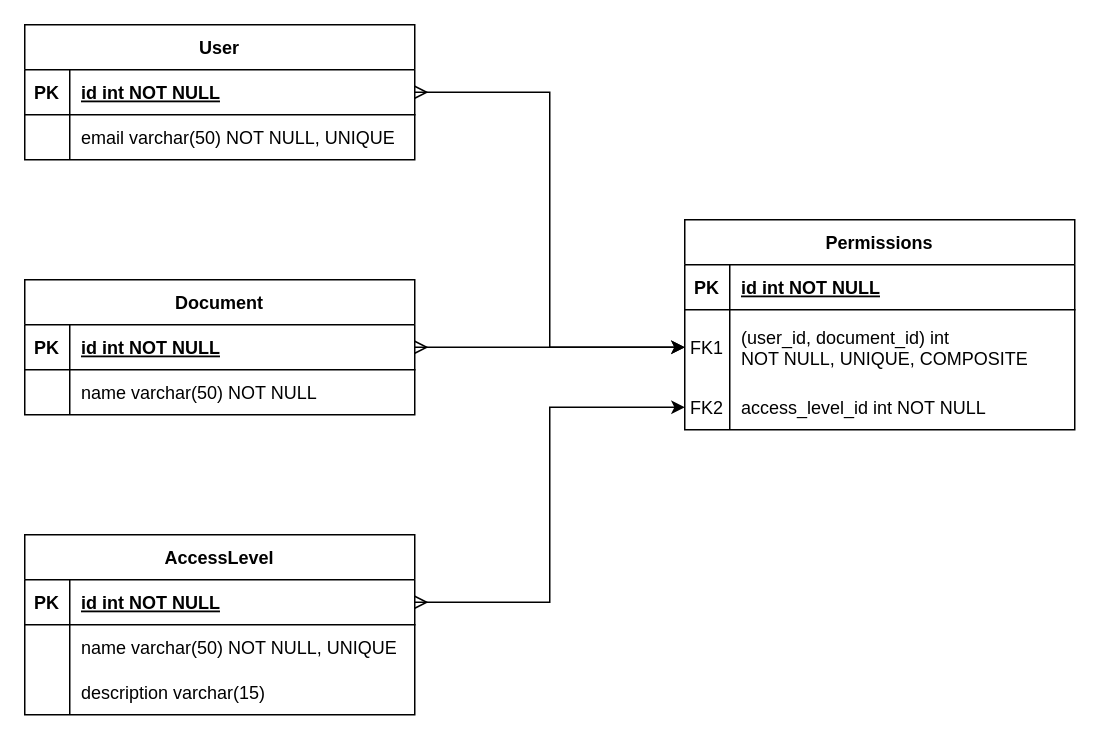
Above: DocShare.drawio in anubhav-pandey1/DocShare (draw.io), before the change. Source tidied: cells renumbered, new cells numbered last; positions are measured from the earlier drawing's top-left corner, leaving out a move shared by most shapes. Both pictures are drawn from the tidied source at 150%, with x=0, y=0 at pixel (24, 24).
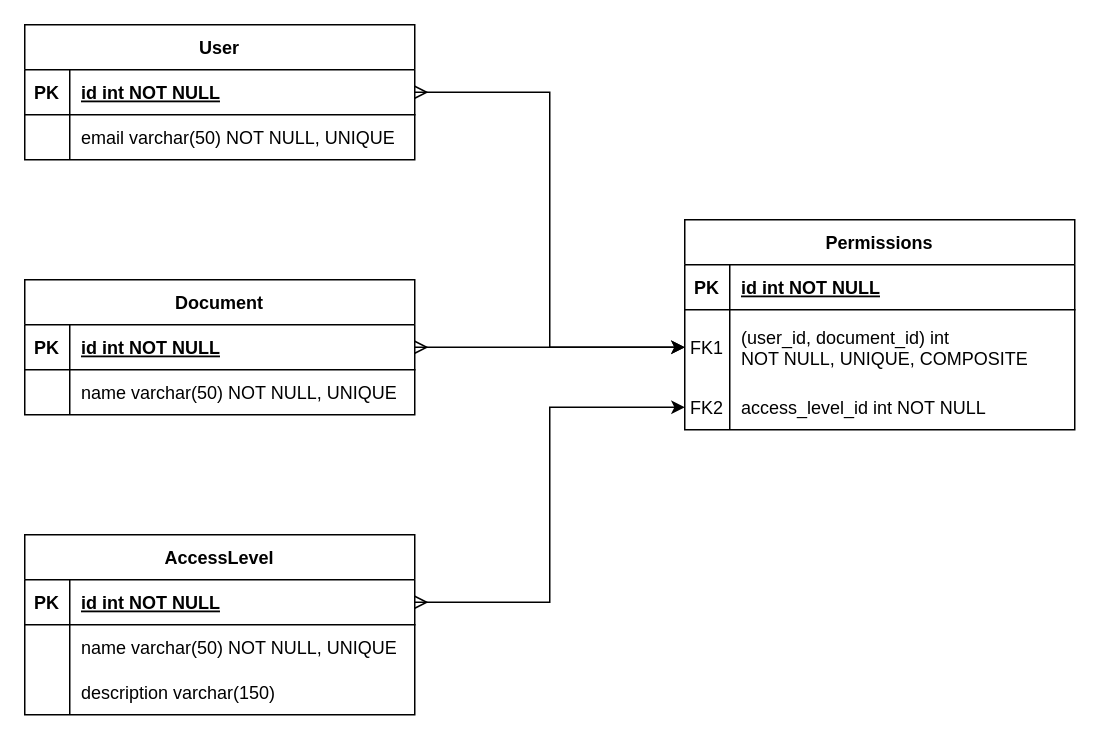
The same diagram, later.

The change refers to these unchanged cells:
```xml
<mxCell id="9" style="shape=partialRectangle;fillColor=none;top=0;left=0;right=0;bottom=0;" parent="2" vertex="1">
  <mxGeometry y="90" width="260" height="30" as="geometry" />
</mxCell>
<mxCell id="23" style="shape=partialRectangle;fillColor=none;top=0;left=0;right=0;bottom=0;" parent="19" vertex="1">
  <mxGeometry y="60" width="260" height="30" as="geometry" />
</mxCell>
```

What changed in the source:
```diff
@@
-    <mxCell id="11" value="description varchar(15)" style="shape=partialRectangle;overflow=hidden;fillColor=none;top=0;left=0;bottom=0;right=0;align=left;spacingLeft=6;" parent="9" vertex="1">
+    <mxCell id="11" value="description varchar(150)" style="shape=partialRectangle;overflow=hidden;fillColor=none;top=0;left=0;bottom=0;right=0;align=left;spacingLeft=6;" parent="9" vertex="1">
       <mxGeometry x="30" width="230" height="30" as="geometry" />
     </mxCell>
@@
-    <mxCell id="25" value="name varchar(50) NOT NULL" style="shape=partialRectangle;overflow=hidden;fillColor=none;top=0;left=0;bottom=0;right=0;align=left;spacingLeft=6;" parent="23" vertex="1">
+    <mxCell id="25" value="name varchar(50) NOT NULL, UNIQUE" style="shape=partialRectangle;overflow=hidden;fillColor=none;top=0;left=0;bottom=0;right=0;align=left;spacingLeft=6;" parent="23" vertex="1">
       <mxGeometry x="30" width="230" height="30" as="geometry" />
     </mxCell>
```
